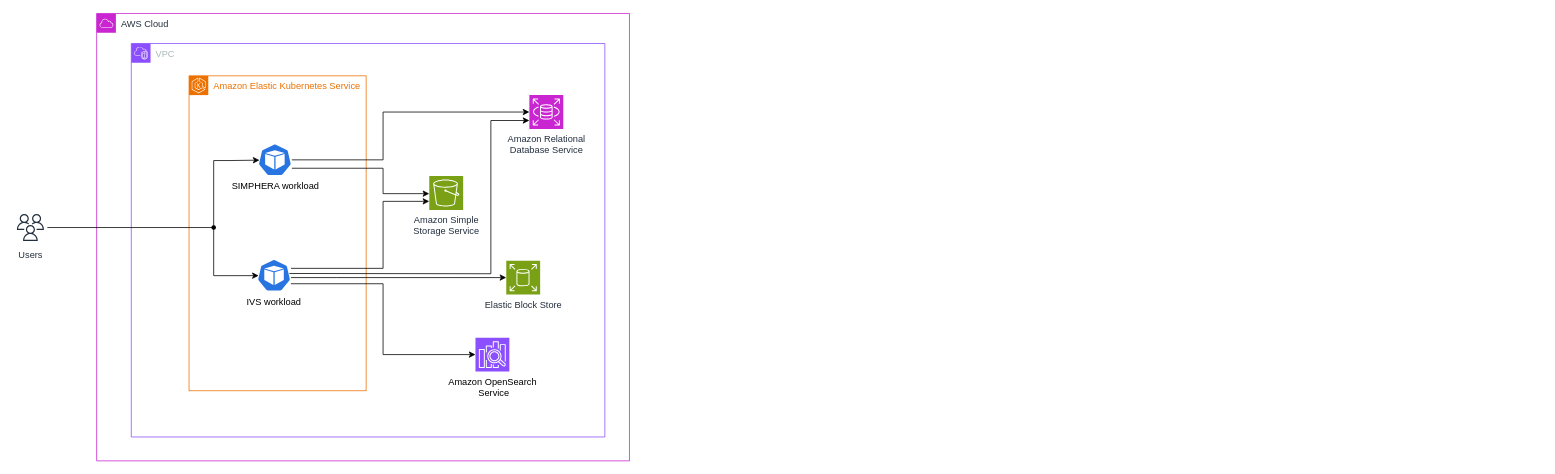
Before: page "Simphera and IVS" (3 of 3) of architecture diagram.drawio in dspace-group/dspace-reference-architecture-aws, a draw.io diagram. Source tidied: cells renumbered, new cells numbered last; positions are measured from the earlier drawing's top-left corner, leaving out a move shared by most shapes. Both pictures are drawn from the tidied source at 77%, with x=0, y=0 at pixel (13, 13).
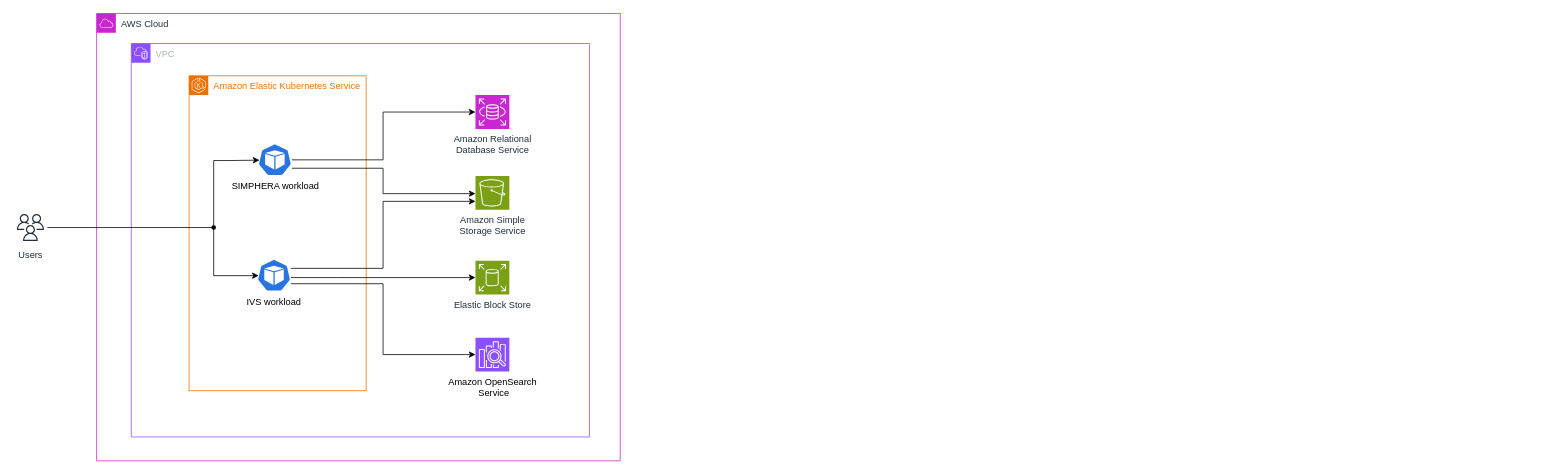
After the change.

The change refers to these unchanged cells:
```xml
<mxCell id="13" value="IVS workload" style="sketch=0;html=1;dashed=0;whitespace=wrap;verticalLabelPosition=bottom;verticalAlign=top;fillColor=#2875E2;strokeColor=#ffffff;points=[[0.005,0.63,0],[0.1,0.2,0],[0.9,0.2,0],[0.5,0,0],[0.995,0.63,0],[0.72,0.99,0],[0.5,1,0],[0.28,0.99,0]];shape=mxgraph.kubernetes.icon2;prIcon=pod;" parent="2" vertex="1">
  <mxGeometry x="208.4" y="319" width="44" height="42.2" as="geometry" />
</mxCell>
```

What changed in the source:
```diff
@@
     <mxCell id="2" value="AWS Cloud" style="gradientColor=none;html=1;whiteSpace=wrap;fontSize=12;fontStyle=0;shape=mxgraph.aws4.group;grIcon=mxgraph.aws4.group_aws_cloud;strokeColor=light-dark(#c925d1, #bdc7d4);fillColor=none;verticalAlign=top;align=left;spacingLeft=30;fontColor=#232F3E;dashed=0;" parent="1" vertex="1">
-      <mxGeometry x="108" width="692" height="581" as="geometry" />
+      <mxGeometry x="108" width="680" height="581" as="geometry" />
     </mxCell>
     <mxCell id="3" value="VPC" style="gradientColor=none;html=1;whiteSpace=wrap;fontSize=12;fontStyle=0;shape=mxgraph.aws4.group;grIcon=mxgraph.aws4.group_vpc2;strokeColor=#8C4FFF;fillColor=none;verticalAlign=top;align=left;spacingLeft=30;fontColor=#AAB7B8;dashed=0;perimeterSpacing=0;" parent="2" vertex="1">
-      <mxGeometry x="45" y="39" width="615" height="511" as="geometry" />
+      <mxGeometry x="45" y="39" width="595" height="511" as="geometry" />
     </mxCell>
@@
     <mxCell id="8" value="Amazon Simple&lt;div&gt;Storage Service&lt;/div&gt;" style="sketch=0;points=[[0,0,0],[0.25,0,0],[0.5,0,0],[0.75,0,0],[1,0,0],[0,1,0],[0.25,1,0],[0.5,1,0],[0.75,1,0],[1,1,0],[0,0.25,0],[0,0.5,0],[0,0.75,0],[1,0.25,0],[1,0.5,0],[1,0.75,0]];outlineConnect=0;fontColor=#232F3E;fillColor=#7AA116;strokeColor=#ffffff;dashed=0;verticalLabelPosition=bottom;verticalAlign=top;align=center;html=1;fontSize=12;fontStyle=0;shape=mxgraph.aws4.resourceIcon;resIcon=mxgraph.aws4.s3;" parent="2" vertex="1">
-      <mxGeometry x="432" y="211.2" width="44" height="44" as="geometry" />
+      <mxGeometry x="492" y="211" width="44" height="44" as="geometry" />
     </mxCell>
@@
     <mxCell id="10" value="Amazon Relational&lt;div&gt;Database Service&lt;/div&gt;" style="sketch=0;points=[[0,0,0],[0.25,0,0],[0.5,0,0],[0.75,0,0],[1,0,0],[0,1,0],[0.25,1,0],[0.5,1,0],[0.75,1,0],[1,1,0],[0,0.25,0],[0,0.5,0],[0,0.75,0],[1,0.25,0],[1,0.5,0],[1,0.75,0]];outlineConnect=0;fontColor=#232F3E;fillColor=#C925D1;strokeColor=#ffffff;dashed=0;verticalLabelPosition=bottom;verticalAlign=top;align=center;html=1;fontSize=12;fontStyle=0;shape=mxgraph.aws4.resourceIcon;resIcon=mxgraph.aws4.rds;" parent="2" vertex="1">
-      <mxGeometry x="562" y="106" width="44" height="44" as="geometry" />
+      <mxGeometry x="492" y="106" width="44" height="44" as="geometry" />
     </mxCell>
@@
-    <mxCell id="12" style="edgeStyle=none;html=1;exitX=0.935;exitY=0.443;exitDx=0;exitDy=0;exitPerimeter=0;rounded=0;curved=0;entryX=0;entryY=0.75;entryDx=0;entryDy=0;entryPerimeter=0;" parent="2" edge="1" source="13" target="10">
-      <mxGeometry relative="1" as="geometry">
-        <Array as="points">
-          <mxPoint x="512" y="338" />
-          <mxPoint x="512" y="139" />
-        </Array>
-      </mxGeometry>
-    </mxCell>
@@
     <mxCell id="14" value="Elastic Block Store" style="sketch=0;points=[[0,0,0],[0.25,0,0],[0.5,0,0],[0.75,0,0],[1,0,0],[0,1,0],[0.25,1,0],[0.5,1,0],[0.75,1,0],[1,1,0],[0,0.25,0],[0,0.5,0],[0,0.75,0],[1,0.25,0],[1,0.5,0],[1,0.75,0]];outlineConnect=0;fontColor=#232F3E;fillColor=#7AA116;strokeColor=#ffffff;dashed=0;verticalLabelPosition=bottom;verticalAlign=top;align=center;html=1;fontSize=12;fontStyle=0;shape=mxgraph.aws4.resourceIcon;resIcon=mxgraph.aws4.elastic_block_store;" parent="2" vertex="1">
-      <mxGeometry x="532" y="321" width="44" height="44" as="geometry" />
+      <mxGeometry x="492" y="321" width="44" height="44" as="geometry" />
     </mxCell>
```
